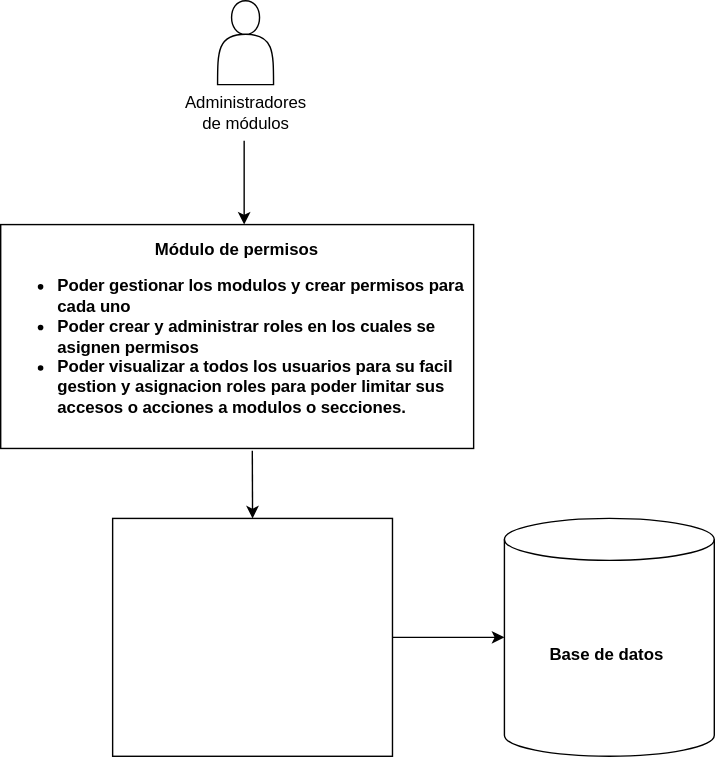
dani99m/Diagramas keeps this draw.io diagram as Diagrama C1 Módulo de permisos.svg. Above is the earlier version. Source tidied: cells renumbered, new cells last; positions are measured from the earlier drawing's top-left corner, leaving out a move shared by most shapes.
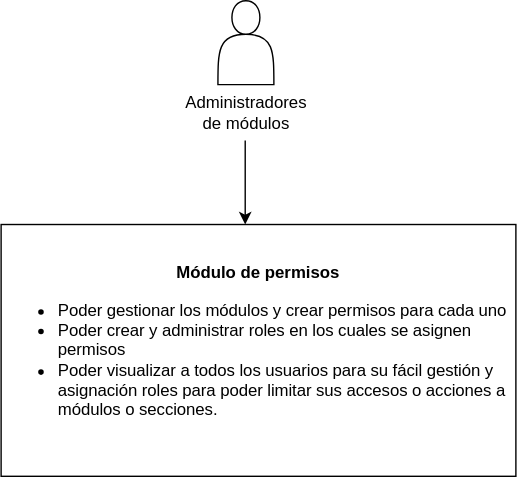
The same file after the commit.

Change to the diagram source:
```diff
@@ -10,27 +10,15 @@
     </mxCell>
     <mxCell id="4" style="endArrow=classic;html=1;rounded=0;" parent="1" edge="1">
       <mxGeometry relative="1" as="geometry">
-        <mxPoint x="174" y="100" as="sourcePoint" />
-        <mxPoint x="174" y="160" as="targetPoint" />
+        <mxPoint x="174.5" y="100" as="sourcePoint" />
+        <mxPoint x="174.5" y="160" as="targetPoint" />
         <Array as="points">
-          <mxPoint x="174" y="130" />
+          <mxPoint x="174.5" y="130" />
         </Array>
       </mxGeometry>
     </mxCell>
-    <mxCell id="5" value="&lt;b style=&quot;background-color: initial;&quot;&gt;Módulo de permisos&lt;br&gt;&lt;ul&gt;&lt;li style=&quot;text-align: left;&quot;&gt;&lt;span style=&quot;font-size: 1em; letter-spacing: -0.005em; background-color: initial;&quot;&gt;Poder gestionar los modulos y crear permisos para cada uno&lt;/span&gt;&lt;/li&gt;&lt;li style=&quot;text-align: left;&quot;&gt;&lt;span style=&quot;font-size: 1em; letter-spacing: -0.005em; background-color: initial;&quot;&gt;Poder crear y administrar roles en los cuales se asignen permisos&lt;/span&gt;&lt;/li&gt;&lt;li style=&quot;text-align: left;&quot;&gt;&lt;span style=&quot;font-size: 1em; letter-spacing: -0.005em; background-color: initial;&quot;&gt;Poder visualizar a todos los usuarios para su facil gestion y asignacion roles para poder limitar sus accesos o acciones a modulos o secciones.&lt;/span&gt;&lt;/li&gt;&lt;/ul&gt;&lt;/b&gt;" style="rounded=0;whiteSpace=wrap;html=1;" parent="1" vertex="1">
-      <mxGeometry y="160" width="338" height="160" as="geometry" />
+    <mxCell id="5" value="&lt;span style=&quot;background-color: initial;&quot;&gt;&lt;b&gt;Módulo de permisos&lt;/b&gt;&lt;/span&gt;&lt;span style=&quot;background-color: initial;&quot;&gt;&lt;b&gt;&lt;br&gt;&lt;/b&gt;&lt;ul style=&quot;&quot;&gt;&lt;li style=&quot;text-align: left;&quot;&gt;&lt;span style=&quot;background-color: initial;&quot;&gt;&lt;span style=&quot;font-size: 1em; letter-spacing: -0.005em;&quot;&gt;Poder gestionar los &lt;/span&gt;&lt;span style=&quot;font-size: 12px; letter-spacing: -0.06px;&quot;&gt;módulos&lt;/span&gt;&lt;span style=&quot;font-size: 1em; letter-spacing: -0.005em;&quot;&gt;&amp;nbsp;y crear permisos para cada uno&lt;/span&gt;&lt;/span&gt;&lt;/li&gt;&lt;li style=&quot;text-align: left;&quot;&gt;&lt;span style=&quot;font-size: 1em; letter-spacing: -0.005em; background-color: initial;&quot;&gt;Poder crear y administrar roles en los cuales se asignen permisos&lt;/span&gt;&lt;/li&gt;&lt;li style=&quot;text-align: left;&quot;&gt;&lt;span style=&quot;background-color: initial;&quot;&gt;&lt;span style=&quot;font-size: 1em; letter-spacing: -0.005em;&quot;&gt;Poder visualizar a todos los usuarios para su &lt;/span&gt;&lt;span style=&quot;font-size: 12px; letter-spacing: -0.06px;&quot;&gt;fácil&lt;/span&gt;&lt;span style=&quot;font-size: 1em; letter-spacing: -0.005em;&quot;&gt;&amp;nbsp;&lt;/span&gt;&lt;span style=&quot;font-size: 12px; letter-spacing: -0.06px;&quot;&gt;gestión&lt;/span&gt;&lt;span style=&quot;font-size: 1em; letter-spacing: -0.005em;&quot;&gt;&amp;nbsp;y &lt;/span&gt;&lt;span style=&quot;font-size: 12px; letter-spacing: -0.06px;&quot;&gt;asignación&lt;/span&gt;&lt;span style=&quot;font-size: 1em; letter-spacing: -0.005em;&quot;&gt;&amp;nbsp;roles para poder limitar sus accesos o acciones a &lt;/span&gt;&lt;span style=&quot;font-size: 12px; letter-spacing: -0.06px;&quot;&gt;módulos&lt;/span&gt;&lt;span style=&quot;font-size: 1em; letter-spacing: -0.005em;&quot;&gt;&amp;nbsp;o secciones.&lt;/span&gt;&lt;/span&gt;&lt;/li&gt;&lt;/ul&gt;&lt;/span&gt;" style="rounded=0;whiteSpace=wrap;html=1;" parent="1" vertex="1">
+      <mxGeometry y="160" width="368" height="180" as="geometry" />
     </mxCell>
-    <mxCell id="6" style="endArrow=classic;html=1;rounded=0;entryX=0.5;entryY=0;entryDx=0;entryDy=0;exitX=0.532;exitY=1.01;exitDx=0;exitDy=0;exitPerimeter=0;" parent="1" edge="1" source="5" target="8">
-      <mxGeometry relative="1" as="geometry" />
-    </mxCell>
-    <mxCell id="7" style="edgeStyle=orthogonalEdgeStyle;rounded=0;jettySize=auto;html=1;" parent="1" edge="1" source="8" target="9">
-      <mxGeometry relative="1" as="geometry" />
-    </mxCell>
-    <mxCell id="8" style="rounded=0;whiteSpace=wrap;html=1;" parent="1" vertex="1">
-      <mxGeometry x="80" y="370" width="200" height="170" as="geometry" />
-    </mxCell>
-    <mxCell id="9" value="&lt;b&gt;Base de datos&amp;nbsp;&lt;/b&gt;" style="shape=cylinder3;whiteSpace=wrap;html=1;boundedLbl=1;backgroundOutline=1;size=15;" parent="1" vertex="1">
-      <mxGeometry x="360" y="370" width="150" height="170" as="geometry" />
-    </mxCell>
   </root>
 </mxGraphModel>
```
